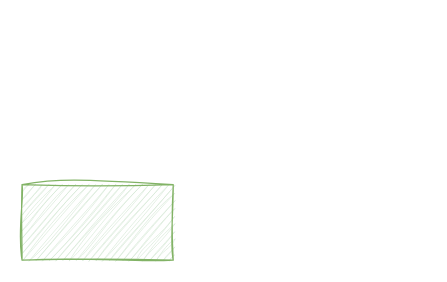
The draw.io diagram Untitled Diagram.drawio in json-jcc/Notes, before the edit. Source tidied: cells renumbered, new cells numbered last; positions are measured from the earlier drawing's top-left corner, leaving out a move shared by most shapes. Both pictures are drawn from the tidied source at 126%, with x=0, y=0 at pixel (21, 184).
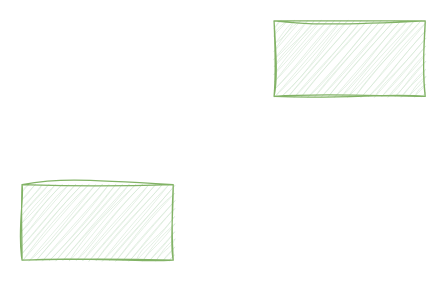
The same page after the edit.

The edit, as a diff of the source:
```diff
@@
 <mxGraphModel>
   <root>
     <mxCell id="0" />
     <mxCell id="1" parent="0" />
     <mxCell id="2" style="rounded=0;whiteSpace=wrap;html=1;fillColor=#d5e8d4;strokeColor=#82b366;sketch=1;curveFitting=1;jiggle=2;" parent="1" vertex="1">
       <mxGeometry width="120" height="60" as="geometry" />
     </mxCell>
+    <mxCell id="3" style="rounded=0;whiteSpace=wrap;html=1;fillColor=#d5e8d4;strokeColor=#82b366;sketch=1;curveFitting=1;jiggle=2;" parent="1" vertex="1">
+      <mxGeometry x="200" y="-130" width="120" height="60" as="geometry" />
+    </mxCell>
   </root>
 </mxGraphModel>
```
